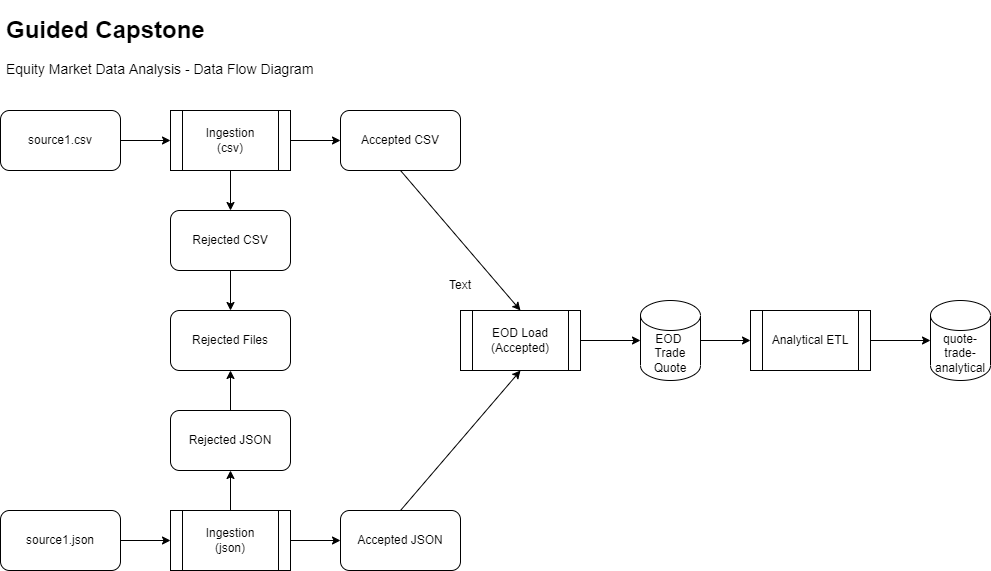
This is Guided_Capstone/Step_1/Step1_data_flow_diagram.png from jgpunzalan/Springboard, a draw.io export, as it was before one commit. Source tidied: cells renumbered, new cells last; positions are measured from the earlier drawing's top-left corner, leaving out a move shared by most shapes.
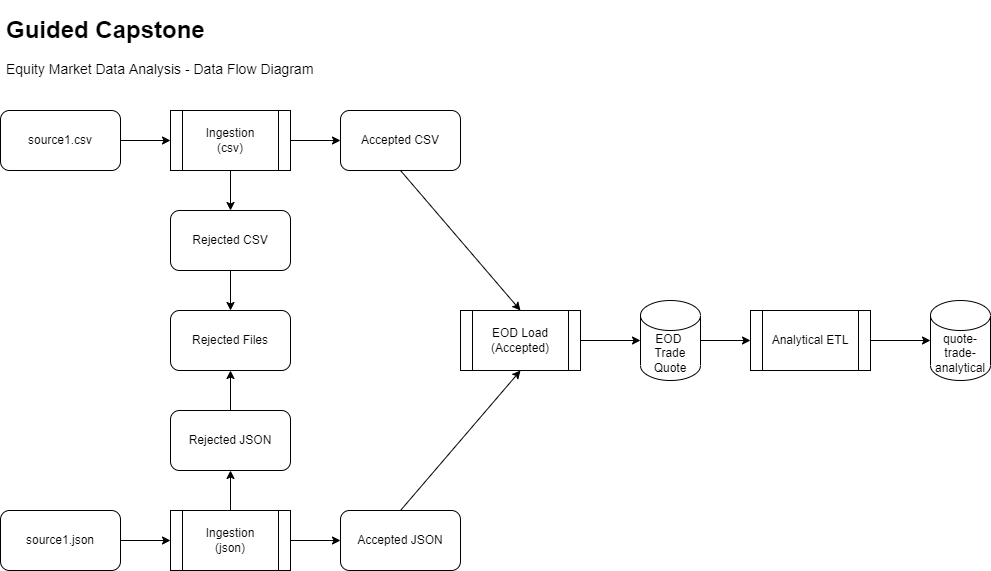
The same file after the commit.

Change to the diagram source:
```diff
@@ -80,9 +80,6 @@
     <mxCell id="27" style="endArrow=classic;html=1;rounded=0;entryX=0;entryY=0.5;entryDx=0;entryDy=0;exitX=1;exitY=0.5;exitDx=0;exitDy=0;exitPerimeter=0;" parent="1" edge="1" source="13" target="9">
       <mxGeometry relative="1" as="geometry" />
     </mxCell>
-    <mxCell id="28" value="Text" style="text;html=1;strokeColor=none;fillColor=none;align=center;verticalAlign=middle;whiteSpace=wrap;rounded=0;" parent="1" vertex="1">
-      <mxGeometry x="430" y="260" width="60" height="30" as="geometry" />
-    </mxCell>
     <mxCell id="29" value="&lt;h1&gt;Guided Capstone&lt;/h1&gt;&lt;p style=&quot;font-size: 14px&quot;&gt;Equity Market Data Analysis -&amp;nbsp;&lt;span&gt;Data Flow Diagram&lt;/span&gt;&lt;/p&gt;" style="text;html=1;strokeColor=none;fillColor=none;spacing=5;spacingTop=-20;whiteSpace=wrap;overflow=hidden;rounded=0;" parent="1" vertex="1">
       <mxGeometry x="1" width="700" height="120" as="geometry" />
     </mxCell>
```
